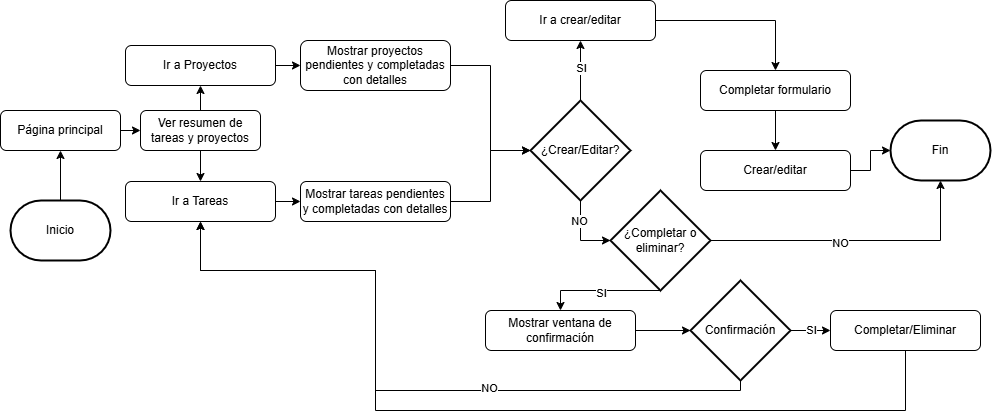
Earlier version of the draw.io export Diagrama_flujo.png (IvanTangZhu19/AppGestionTareas). Source tidied: cells renumbered, new cells last; positions are measured from the earlier drawing's top-left corner, leaving out a move shared by most shapes.
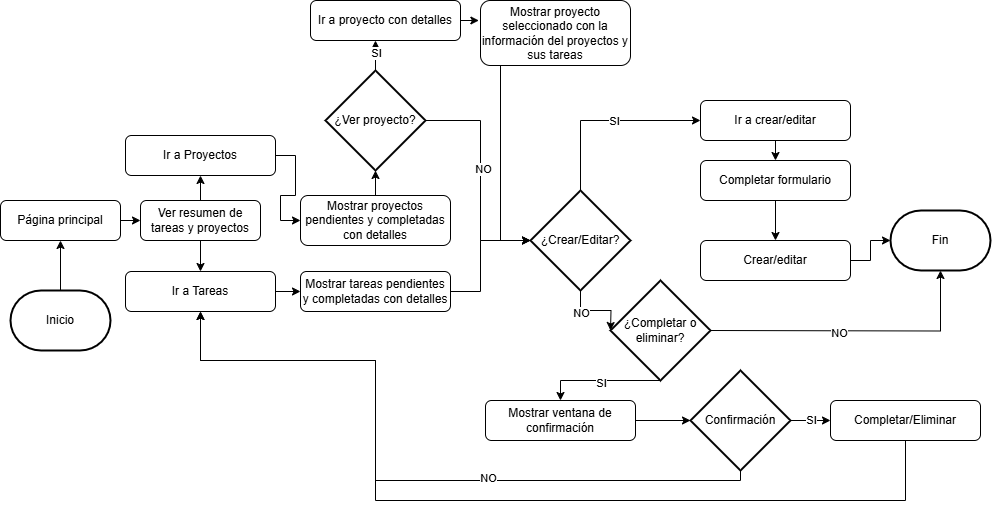
Above is the later version.

Commit message:
Diagrama de flujo arreglado con proyecto

Change to the diagram source:
```diff
@@ -30,7 +30,7 @@
       <mxGeometry x="125" y="181" width="150" height="40" as="geometry" />
     </mxCell>
     <mxCell id="11" value="Mostrar proyectos pendientes y completadas con detalles" style="rounded=1;whiteSpace=wrap;html=1;fontSize=12;glass=0;strokeWidth=1;shadow=0;" parent="1" vertex="1">
-      <mxGeometry x="300" y="40" width="150" height="50" as="geometry" />
+      <mxGeometry x="300" y="105" width="150" height="50" as="geometry" />
     </mxCell>
     <mxCell id="12" value="Mostrar tareas pendientes y completadas con detalles" style="rounded=1;whiteSpace=wrap;html=1;fontSize=12;glass=0;strokeWidth=1;shadow=0;" parent="1" vertex="1">
       <mxGeometry x="300" y="181" width="150" height="40" as="geometry" />
@@ -41,8 +41,13 @@
     <mxCell id="14" value="Ir a Proyectos" style="rounded=1;whiteSpace=wrap;html=1;fontSize=12;glass=0;strokeWidth=1;shadow=0;" parent="1" vertex="1">
       <mxGeometry x="125" y="45" width="150" height="40" as="geometry" />
     </mxCell>
-    <mxCell id="15" style="edgeStyle=orthogonalEdgeStyle;rounded=0;jettySize=auto;html=1;exitX=0.5;exitY=0;exitDx=0;exitDy=0;exitPerimeter=0;entryX=0.5;entryY=1;entryDx=0;entryDy=0;" parent="1" edge="1" source="17" target="20">
-      <mxGeometry relative="1" as="geometry" />
+    <mxCell id="15" style="edgeStyle=orthogonalEdgeStyle;rounded=0;jettySize=auto;html=1;exitX=0.5;exitY=0;exitDx=0;exitDy=0;exitPerimeter=0;entryX=0;entryY=0.5;entryDx=0;entryDy=0;" parent="1" edge="1" source="17" target="20">
+      <mxGeometry relative="1" as="geometry">
+        <Array as="points">
+          <mxPoint x="580" y="30" />
+          <mxPoint x="700" y="30" />
+        </Array>
+      </mxGeometry>
     </mxCell>
     <mxCell id="16" value="SI" style="edgeLabel;html=1;align=center;verticalAlign=middle;" parent="15" vertex="1">
       <mxGeometry x="0.09" relative="1" as="geometry" />
@@ -51,13 +56,18 @@
       <mxGeometry x="530" y="100" width="100" height="100" as="geometry" />
     </mxCell>
     <mxCell id="18" style="edgeStyle=orthogonalEdgeStyle;rounded=0;jettySize=auto;html=1;exitX=1;exitY=0.5;exitDx=0;exitDy=0;entryX=0;entryY=0.5;entryDx=0;entryDy=0;entryPerimeter=0;" parent="1" edge="1" source="12" target="17">
-      <mxGeometry relative="1" as="geometry" />
+      <mxGeometry relative="1" as="geometry">
+        <Array as="points">
+          <mxPoint x="480" y="201" />
+          <mxPoint x="480" y="150" />
+        </Array>
+      </mxGeometry>
     </mxCell>
-    <mxCell id="19" style="edgeStyle=orthogonalEdgeStyle;rounded=0;jettySize=auto;html=1;exitX=1;exitY=0.5;exitDx=0;exitDy=0;entryX=0.5;entryY=0;entryDx=0;entryDy=0;" parent="1" edge="1" source="20" target="22">
+    <mxCell id="19" style="edgeStyle=orthogonalEdgeStyle;rounded=0;jettySize=auto;html=1;exitX=0.5;exitY=1;exitDx=0;exitDy=0;entryX=0.5;entryY=0;entryDx=0;entryDy=0;" parent="1" edge="1" source="20" target="22">
       <mxGeometry relative="1" as="geometry" />
     </mxCell>
     <mxCell id="20" value="Ir a crear/editar" style="rounded=1;whiteSpace=wrap;html=1;fontSize=12;glass=0;strokeWidth=1;shadow=0;" parent="1" vertex="1">
-      <mxGeometry x="505" width="150" height="40" as="geometry" />
+      <mxGeometry x="700" y="10" width="150" height="40" as="geometry" />
     </mxCell>
     <mxCell id="21" style="edgeStyle=orthogonalEdgeStyle;rounded=0;jettySize=auto;html=1;exitX=0.5;exitY=1;exitDx=0;exitDy=0;entryX=0.5;entryY=0;entryDx=0;entryDy=0;" parent="1" edge="1" source="22" target="23">
       <mxGeometry relative="1" as="geometry" />
@@ -128,20 +138,67 @@
     <mxCell id="37" style="edgeStyle=orthogonalEdgeStyle;rounded=0;jettySize=auto;html=1;exitX=1;exitY=0.5;exitDx=0;exitDy=0;entryX=0;entryY=0.5;entryDx=0;entryDy=0;entryPerimeter=0;" parent="1" edge="1" source="23" target="27">
       <mxGeometry relative="1" as="geometry" />
     </mxCell>
-    <mxCell id="38" style="edgeStyle=orthogonalEdgeStyle;rounded=0;jettySize=auto;html=1;exitX=1;exitY=0.5;exitDx=0;exitDy=0;entryX=0;entryY=0.5;entryDx=0;entryDy=0;entryPerimeter=0;" parent="1" edge="1" source="11" target="17">
-      <mxGeometry relative="1" as="geometry" />
-    </mxCell>
-    <mxCell id="39" style="edgeStyle=orthogonalEdgeStyle;rounded=0;jettySize=auto;html=1;exitX=0.5;exitY=1;exitDx=0;exitDy=0;exitPerimeter=0;entryX=0;entryY=0.5;entryDx=0;entryDy=0;entryPerimeter=0;" parent="1" edge="1" source="17" target="26">
-      <mxGeometry relative="1" as="geometry" />
+    <mxCell id="39" style="edgeStyle=orthogonalEdgeStyle;rounded=0;jettySize=auto;html=1;exitX=0.5;exitY=1;exitDx=0;exitDy=0;exitPerimeter=0;entryX=0;entryY=0.5;entryDx=0;entryDy=0;entryPerimeter=0;" parent="1" edge="1" source="17">
+      <mxGeometry relative="1" as="geometry">
+        <mxPoint x="610" y="240" as="targetPoint" />
+      </mxGeometry>
     </mxCell>
     <mxCell id="40" value="NO" style="edgeLabel;html=1;align=center;verticalAlign=middle;" parent="39" vertex="1">
       <mxGeometry x="-0.43" y="-2" relative="1" as="geometry" />
     </mxCell>
-    <mxCell id="41" style="edgeStyle=orthogonalEdgeStyle;rounded=0;jettySize=auto;html=1;exitX=1;exitY=0.5;exitDx=0;exitDy=0;exitPerimeter=0;entryX=0.5;entryY=1;entryDx=0;entryDy=0;entryPerimeter=0;" parent="1" edge="1" source="26" target="27">
-      <mxGeometry relative="1" as="geometry" />
+    <mxCell id="41" style="edgeStyle=orthogonalEdgeStyle;rounded=0;jettySize=auto;html=1;exitX=1;exitY=0.5;exitDx=0;exitDy=0;exitPerimeter=0;entryX=0.5;entryY=1;entryDx=0;entryDy=0;entryPerimeter=0;" parent="1" edge="1" target="27">
+      <mxGeometry relative="1" as="geometry">
+        <mxPoint x="710" y="240" as="sourcePoint" />
+      </mxGeometry>
     </mxCell>
     <mxCell id="42" value="NO" style="edgeLabel;html=1;align=center;verticalAlign=middle;" parent="41" vertex="1">
       <mxGeometry x="-0.11" y="-2" relative="1" as="geometry" />
     </mxCell>
+    <mxCell id="43" style="edgeStyle=orthogonalEdgeStyle;rounded=0;jettySize=auto;html=1;exitX=0.5;exitY=0;exitDx=0;exitDy=0;exitPerimeter=0;" parent="1" edge="1" source="45" target="49">
+      <mxGeometry relative="1" as="geometry">
+        <Array as="points">
+          <mxPoint x="375" y="-70" />
+        </Array>
+      </mxGeometry>
+    </mxCell>
+    <mxCell id="44" value="SI" style="edgeLabel;html=1;align=center;verticalAlign=middle;" parent="43" vertex="1">
+      <mxGeometry x="0.18" y="-1" relative="1" as="geometry">
+        <mxPoint x="-1" as="offset" />
+      </mxGeometry>
+    </mxCell>
+    <mxCell id="45" value="¿Ver proyecto?" style="strokeWidth=2;html=1;shape=mxgraph.flowchart.decision;whiteSpace=wrap;" parent="1" vertex="1">
+      <mxGeometry x="325" y="-20" width="100" height="100" as="geometry" />
+    </mxCell>
+    <mxCell id="46" style="edgeStyle=orthogonalEdgeStyle;rounded=0;jettySize=auto;html=1;exitX=0.5;exitY=0;exitDx=0;exitDy=0;entryX=0.5;entryY=1;entryDx=0;entryDy=0;entryPerimeter=0;" parent="1" edge="1" source="11" target="45">
+      <mxGeometry relative="1" as="geometry" />
+    </mxCell>
+    <mxCell id="47" style="edgeStyle=orthogonalEdgeStyle;rounded=0;jettySize=auto;html=1;exitX=1;exitY=0.5;exitDx=0;exitDy=0;exitPerimeter=0;entryX=0;entryY=0.5;entryDx=0;entryDy=0;entryPerimeter=0;" parent="1" edge="1" source="45" target="17">
+      <mxGeometry relative="1" as="geometry">
+        <Array as="points">
+          <mxPoint x="480" y="30" />
+          <mxPoint x="480" y="150" />
+        </Array>
+      </mxGeometry>
+    </mxCell>
+    <mxCell id="48" value="NO" style="edgeLabel;html=1;align=center;verticalAlign=middle;" parent="47" vertex="1">
+      <mxGeometry x="-0.08" y="2" relative="1" as="geometry" />
+    </mxCell>
+    <mxCell id="49" value="Ir a proyecto con detalles" style="rounded=1;whiteSpace=wrap;html=1;fontSize=12;glass=0;strokeWidth=1;shadow=0;" parent="1" vertex="1">
+      <mxGeometry x="310" y="-90" width="150" height="40" as="geometry" />
+    </mxCell>
+    <mxCell id="50" value="Mostrar proyecto seleccionado con la información del proyectos y sus tareas" style="rounded=1;whiteSpace=wrap;html=1;fontSize=12;glass=0;strokeWidth=1;shadow=0;" parent="1" vertex="1">
+      <mxGeometry x="480" y="-90" width="150" height="65" as="geometry" />
+    </mxCell>
+    <mxCell id="51" style="edgeStyle=orthogonalEdgeStyle;rounded=0;jettySize=auto;html=1;exitX=1;exitY=0.5;exitDx=0;exitDy=0;entryX=-0.011;entryY=0.297;entryDx=0;entryDy=0;entryPerimeter=0;" parent="1" edge="1" source="49" target="50">
+      <mxGeometry relative="1" as="geometry" />
+    </mxCell>
+    <mxCell id="52" style="edgeStyle=orthogonalEdgeStyle;rounded=0;jettySize=auto;html=1;exitX=0.25;exitY=1;exitDx=0;exitDy=0;entryX=0;entryY=0.5;entryDx=0;entryDy=0;entryPerimeter=0;" parent="1" edge="1" source="50" target="17">
+      <mxGeometry relative="1" as="geometry">
+        <Array as="points">
+          <mxPoint x="500" y="-25" />
+          <mxPoint x="500" y="150" />
+        </Array>
+      </mxGeometry>
+    </mxCell>
   </root>
 </mxGraphModel>
```
